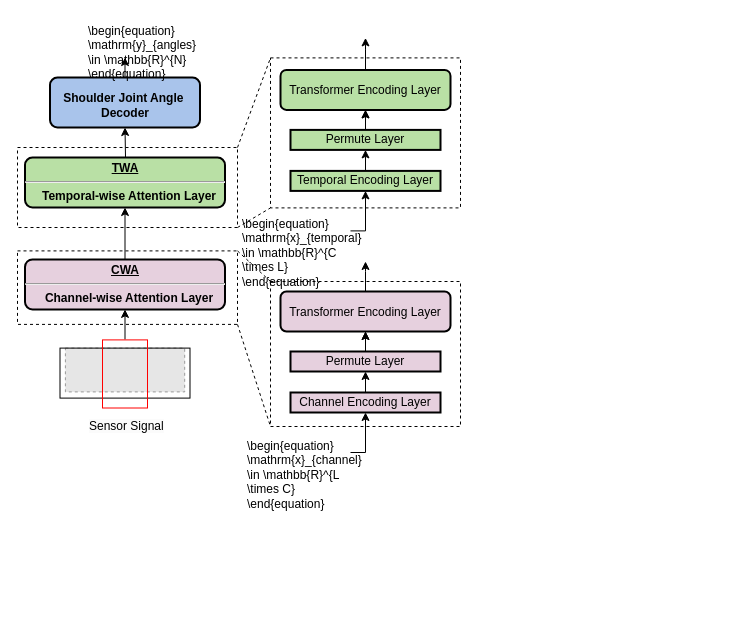
Earlier version of the draw.io diagram paper/ShoulderSensor.drawio (CSUHYD/ShoulderSensor). Source tidied: cells renumbered, new cells numbered last; positions are measured from the earlier drawing's top-left corner, leaving out a move shared by most shapes. Both pictures are drawn from the tidied source at 100%, with x=0, y=0 at pixel (17, 17). Pictures stored in the file or linked from it are replaced by grey dashed boxes.
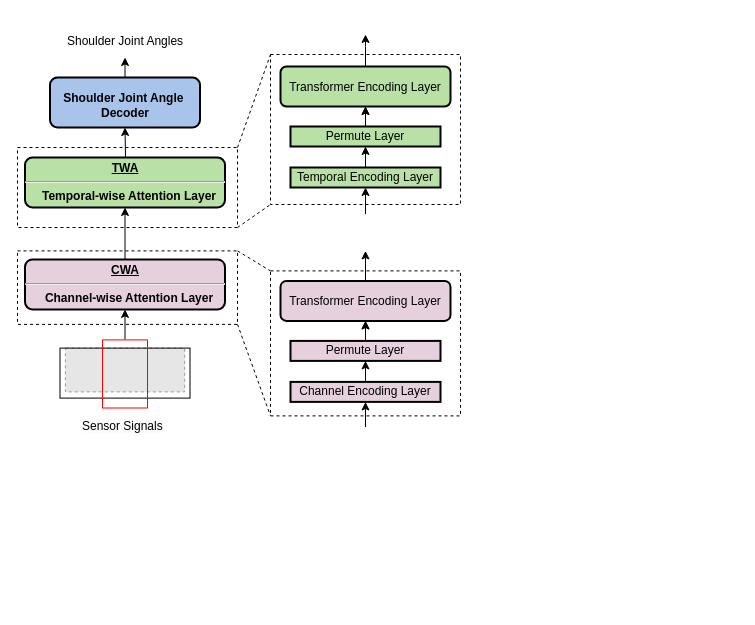
The same page after the edit.

What changed in the source:
```diff
@@
-    <mxCell id="13" value="&lt;span style=&quot;color: rgb(0, 0, 0); font-family: Helvetica; font-size: 12px; font-style: normal; font-variant-ligatures: normal; font-variant-caps: normal; font-weight: 400; letter-spacing: normal; orphans: 2; text-align: center; text-indent: 0px; text-transform: none; widows: 2; word-spacing: 0px; -webkit-text-stroke-width: 0px; background-color: rgb(251, 251, 251); text-decoration-thickness: initial; text-decoration-style: initial; text-decoration-color: initial; float: none; display: inline !important;&quot;&gt;&lt;br&gt;Sensor Signal&lt;/span&gt;" style="text;whiteSpace=wrap;html=1;fontFamily=Helvetica;" parent="1" vertex="1">
-      <mxGeometry x="70" y="380.6" width="80" height="40" as="geometry" />
+    <mxCell id="13" value="&lt;span style=&quot;color: rgb(0, 0, 0); font-family: Helvetica; font-size: 12px; font-style: normal; font-variant-ligatures: normal; font-variant-caps: normal; font-weight: 400; letter-spacing: normal; orphans: 2; text-align: center; text-indent: 0px; text-transform: none; widows: 2; word-spacing: 0px; -webkit-text-stroke-width: 0px; background-color: rgb(251, 251, 251); text-decoration-thickness: initial; text-decoration-style: initial; text-decoration-color: initial; float: none; display: inline !important;&quot;&gt;Sensor Signals&lt;/span&gt;" style="text;whiteSpace=wrap;html=1;fontFamily=Helvetica;" parent="1" vertex="1">
+      <mxGeometry x="62.5" y="394.5" width="90" height="20.6" as="geometry" />
     </mxCell>
@@
     <mxCell id="16" style="rounded=0;whiteSpace=wrap;html=1;shadow=0;labelBackgroundColor=#5EA9E1;fontFamily=Helvetica;fillColor=none;dashed=1;" parent="1" vertex="1">
-      <mxGeometry x="253" y="40.4" width="190" height="150" as="geometry" />
+      <mxGeometry x="253" y="37" width="190" height="150" as="geometry" />
     </mxCell>
@@
     <mxCell id="21" value="Permute Layer" style="rounded=0;whiteSpace=wrap;html=1;strokeColor=#000000;strokeWidth=2;fontFamily=Helvetica;fontSize=12;fontColor=default;fillColor=#B9E0A5;" parent="1" vertex="1">
-      <mxGeometry x="273" y="112.4" width="150" height="20" as="geometry" />
+      <mxGeometry x="273" y="109" width="150" height="20" as="geometry" />
     </mxCell>
     <mxCell id="22" style="edgeStyle=orthogonalEdgeStyle;rounded=0;jettySize=auto;html=1;" parent="1" edge="1" source="23">
       <mxGeometry relative="1" as="geometry">
-        <mxPoint x="348" y="20.4" as="targetPoint" />
+        <mxPoint x="348" y="17" as="targetPoint" />
       </mxGeometry>
     </mxCell>
     <mxCell id="23" value="&lt;span style=&quot;color: rgb(0, 0, 0); font-family: Helvetica; font-size: 12px; font-style: normal; font-variant-ligatures: normal; font-variant-caps: normal; letter-spacing: normal; orphans: 2; text-align: center; text-indent: 0px; text-transform: none; widows: 2; word-spacing: 0px; -webkit-text-stroke-width: 0px; text-decoration-thickness: initial; text-decoration-style: initial; text-decoration-color: initial; float: none; display: inline !important;&quot;&gt;&lt;br&gt;Transformer Encoding Layer&lt;/span&gt;" style="verticalAlign=middle;align=center;overflow=fill;fontSize=12;fontFamily=Helvetica;html=1;rounded=1;fontStyle=0;strokeWidth=2;fillColor=#B9E0A5;" parent="1" vertex="1">
-      <mxGeometry x="263" y="52.4" width="170" height="40" as="geometry" />
+      <mxGeometry x="263" y="49" width="170" height="40" as="geometry" />
     </mxCell>
     <mxCell id="24" style="edgeStyle=orthogonalEdgeStyle;rounded=0;orthogonalLoop=1;jettySize=auto;html=1;exitX=0.5;exitY=1;exitDx=0;exitDy=0;fontFamily=Helvetica;fontSize=12;fontColor=default;" parent="1" edge="1">
       <mxGeometry relative="1" as="geometry">
-        <mxPoint x="345" y="212.4" as="sourcePoint" />
-        <mxPoint x="345" y="212.4" as="targetPoint" />
+        <mxPoint x="345" y="209" as="sourcePoint" />
+        <mxPoint x="345" y="209" as="targetPoint" />
       </mxGeometry>
     </mxCell>
-    <mxCell id="25" style="endArrow=classic;html=1;rounded=0;fontFamily=Helvetica;fontSize=12;fontColor=default;exitX=1;exitY=0.5;exitDx=0;exitDy=0;" parent="1" edge="1" source="26">
+    <mxCell id="25" style="endArrow=classic;html=1;rounded=0;fontFamily=Helvetica;fontSize=12;fontColor=default;" parent="1" edge="1">
       <mxGeometry relative="1" as="geometry">
-        <mxPoint x="348" y="173.4" as="targetPoint" />
-        <Array as="points">
-          <mxPoint x="348" y="213.4" />
-        </Array>
+        <mxPoint x="348" y="196.6" as="sourcePoint" />
+        <mxPoint x="348" y="170" as="targetPoint" />
       </mxGeometry>
     </mxCell>
-    <mxCell id="26" value="\begin{equation} \mathrm{x}_{temporal} \in \mathbb{R}^{C \times L} \end{equation}" style="text;whiteSpace=wrap;html=1;fontSize=12;fontFamily=Helvetica;fontColor=default;" parent="1" vertex="1">
-      <mxGeometry x="223" y="193.4" width="110" height="40" as="geometry" />
-    </mxCell>
-    <mxCell id="27" value="\begin{equation} \mathrm{y}_{angles} \in \mathbb{R}^{N} \end{equation}" style="text;whiteSpace=wrap;html=1;fontSize=12;fontFamily=Helvetica;fontColor=default;" parent="1" vertex="1">
-      <mxGeometry x="68.8" width="77.5" height="40" as="geometry" />
-    </mxCell>
     <mxCell id="28" style="edgeStyle=orthogonalEdgeStyle;rounded=0;orthogonalLoop=1;jettySize=auto;html=1;" parent="1" edge="1">
       <mxGeometry relative="1" as="geometry">
-        <mxPoint x="346" y="162.4" as="sourcePoint" />
-        <mxPoint x="348" y="132.4" as="targetPoint" />
+        <mxPoint x="346" y="159" as="sourcePoint" />
+        <mxPoint x="348" y="129" as="targetPoint" />
       </mxGeometry>
     </mxCell>
     <mxCell id="29" value="Temporal Encoding Layer" style="rounded=0;whiteSpace=wrap;html=1;strokeColor=#000000;strokeWidth=2;fontFamily=Helvetica;fontSize=12;fontColor=default;fillColor=#B9E0A5;" parent="1" vertex="1">
-      <mxGeometry x="273" y="153.4" width="150" height="20" as="geometry" />
+      <mxGeometry x="273" y="150" width="150" height="20" as="geometry" />
     </mxCell>
     <mxCell id="30" style="rounded=0;whiteSpace=wrap;html=1;shadow=0;labelBackgroundColor=#5EA9E1;fontFamily=Helvetica;fillColor=none;dashed=1;" parent="1" vertex="1">
-      <mxGeometry x="253" y="264" width="190" height="145" as="geometry" />
+      <mxGeometry x="253" y="253.4" width="190" height="145" as="geometry" />
     </mxCell>
@@
     <mxCell id="35" value="Permute Layer" style="rounded=0;whiteSpace=wrap;html=1;strokeColor=#000000;strokeWidth=2;fontFamily=Helvetica;fontSize=12;fontColor=default;fillColor=#E6D0DE;" parent="1" vertex="1">
-      <mxGeometry x="273" y="334" width="150" height="20" as="geometry" />
+      <mxGeometry x="273" y="323.4" width="150" height="20" as="geometry" />
     </mxCell>
     <mxCell id="36" style="edgeStyle=orthogonalEdgeStyle;rounded=0;jettySize=auto;html=1;" parent="1" edge="1" source="37">
       <mxGeometry relative="1" as="geometry">
-        <mxPoint x="348" y="244" as="targetPoint" />
+        <mxPoint x="348" y="233.4" as="targetPoint" />
       </mxGeometry>
     </mxCell>
     <mxCell id="37" value="&lt;span style=&quot;color: rgb(0, 0, 0); font-family: Helvetica; font-size: 12px; font-style: normal; font-variant-ligatures: normal; font-variant-caps: normal; letter-spacing: normal; orphans: 2; text-align: center; text-indent: 0px; text-transform: none; widows: 2; word-spacing: 0px; -webkit-text-stroke-width: 0px; text-decoration-thickness: initial; text-decoration-style: initial; text-decoration-color: initial; float: none; display: inline !important;&quot;&gt;&lt;br&gt;Transformer Encoding Layer&lt;/span&gt;" style="verticalAlign=middle;align=center;overflow=fill;fontSize=12;fontFamily=Helvetica;html=1;rounded=1;fontStyle=0;strokeWidth=2;fillColor=#E6D0DE;" parent="1" vertex="1">
-      <mxGeometry x="263" y="274" width="170" height="40" as="geometry" />
+      <mxGeometry x="263" y="263.4" width="170" height="40" as="geometry" />
     </mxCell>
     <mxCell id="38" style="edgeStyle=orthogonalEdgeStyle;rounded=0;orthogonalLoop=1;jettySize=auto;html=1;exitX=0.5;exitY=1;exitDx=0;exitDy=0;fontFamily=Helvetica;fontSize=12;fontColor=default;" parent="1" edge="1">
       <mxGeometry relative="1" as="geometry">
-        <mxPoint x="345" y="434" as="sourcePoint" />
-        <mxPoint x="345" y="434" as="targetPoint" />
+        <mxPoint x="345" y="423.5" as="sourcePoint" />
+        <mxPoint x="345" y="423.5" as="targetPoint" />
       </mxGeometry>
     </mxCell>
-    <mxCell id="39" style="endArrow=classic;html=1;rounded=0;fontFamily=Helvetica;fontSize=12;fontColor=default;exitX=1;exitY=0.5;exitDx=0;exitDy=0;" parent="1" edge="1">
+    <mxCell id="39" style="endArrow=classic;html=1;rounded=0;fontFamily=Helvetica;fontSize=12;fontColor=default;" parent="1" edge="1">
       <mxGeometry relative="1" as="geometry">
-        <mxPoint x="333" y="435" as="sourcePoint" />
-        <mxPoint x="348" y="395" as="targetPoint" />
-        <Array as="points">
-          <mxPoint x="348" y="435" />
-        </Array>
+        <mxPoint x="348" y="409.5" as="sourcePoint" />
+        <mxPoint x="348" y="384.5" as="targetPoint" />
       </mxGeometry>
     </mxCell>
     <mxCell id="40" style="edgeStyle=orthogonalEdgeStyle;rounded=0;orthogonalLoop=1;jettySize=auto;html=1;" parent="1" edge="1">
       <mxGeometry relative="1" as="geometry">
-        <mxPoint x="346" y="384" as="sourcePoint" />
-        <mxPoint x="348" y="354" as="targetPoint" />
+        <mxPoint x="346" y="373.4" as="sourcePoint" />
+        <mxPoint x="348" y="343.4" as="targetPoint" />
       </mxGeometry>
     </mxCell>
     <mxCell id="41" value="Channel Encoding Layer" style="rounded=0;whiteSpace=wrap;html=1;strokeColor=#000000;strokeWidth=2;fontFamily=Helvetica;fontSize=12;fontColor=default;fillColor=#E6D0DE;" parent="1" vertex="1">
-      <mxGeometry x="273" y="375" width="150" height="20" as="geometry" />
+      <mxGeometry x="273" y="364.4" width="150" height="20" as="geometry" />
     </mxCell>
-    <mxCell id="42" value="\begin{equation} \mathrm{x}_{channel} \in \mathbb{R}^{L \times C} \end{equation}" style="text;whiteSpace=wrap;html=1;fontSize=12;fontFamily=Helvetica;fontColor=default;" parent="1" vertex="1">
-      <mxGeometry x="228" y="415" width="105" height="40" as="geometry" />
-    </mxCell>
+    <mxCell id="43" value="Shoulder Joint Angles" style="text;whiteSpace=wrap;html=1;fontFamily=Helvetica;" parent="1" vertex="1">
+      <mxGeometry x="47.9" y="10.4" width="120" height="30" as="geometry" />
+    </mxCell>
```
